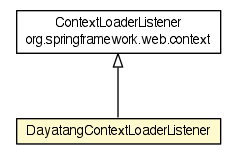
dayatang/dddlib keeps this Graphviz diagram as dddlib-ioc/dddlib-ioc-spring/apidocs/org/dayatang/ioc/spring/webapp/DayatangContextLoaderListener.png. Above is the earlier version. Its source is kept beside it as dddlib-ioc/dddlib-ioc-spring/apidocs/org/dayatang/ioc/spring/webapp/DayatangContextLoaderListener.dot.
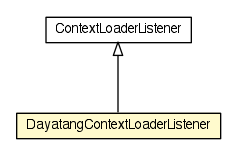
After the commit.

Diff of the diagram source:
```diff
@@ -4,16 +4,15 @@
 	node [fontname="Helvetica",fontsize=10,shape=plaintext];
 	nodesep=0.25;
 	ranksep=0.5;
-	c22 [label=<<table title="org.dayatang.ioc.spring.webapp.DayatangContextLoaderListener" border="0" cellborder="1" cellspacing="0" cellpadding="2" port="p" bgcolor="lemonChiffon" href="./DayatangContextLoaderListener.html">
+	c18 [label=<<table title="org.dayatang.ioc.spring.webapp.DayatangContextLoaderListener" border="0" cellborder="1" cellspacing="0" cellpadding="2" port="p" bgcolor="lemonChiffon" href="./DayatangContextLoaderListener.html">
 		<tr><td><table border="0" cellspacing="0" cellpadding="1">
 <tr><td align="center" balign="center"> DayatangContextLoaderListener </td></tr>
 		</table></td></tr>
 		</table>>, URL="./DayatangContextLoaderListener.html", fontname="Helvetica", fontcolor="black", fontsize=10.0];
-	c24:p -> c22:p [dir=back,arrowtail=empty];
-	c24 [label=<<table title="org.springframework.web.context.ContextLoaderListener" border="0" cellborder="1" cellspacing="0" cellpadding="2" port="p" href="http://java.sun.com/j2se/1.4.2/docs/api/org/springframework/web/context/ContextLoaderListener.html">
+	c20:p -> c18:p [dir=back,arrowtail=empty];
+	c20 [label=<<table title="org.springframework.web.context.ContextLoaderListener" border="0" cellborder="1" cellspacing="0" cellpadding="2" port="p">
 		<tr><td><table border="0" cellspacing="0" cellpadding="1">
 <tr><td align="center" balign="center"> ContextLoaderListener </td></tr>
-<tr><td align="center" balign="center"> org.springframework.web.context </td></tr>
 		</table></td></tr>
-		</table>>, URL="http://java.sun.com/j2se/1.4.2/docs/api/org/springframework/web/context/ContextLoaderListener.html", fontname="Helvetica", fontcolor="black", fontsize=10.0];
+		</table>>, URL="null", fontname="Helvetica", fontcolor="black", fontsize=10.0];
 }
```
